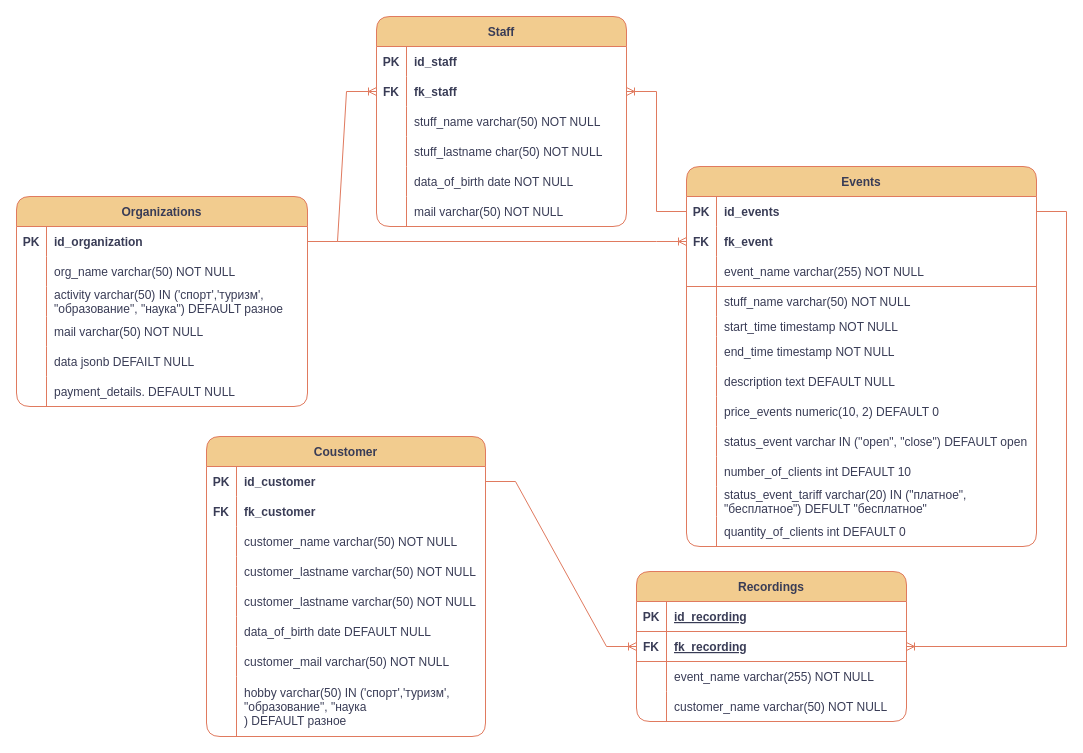
The draw.io diagram Диаграмма без названия.drawio in Drytimor/GIT, before the edit. Source tidied: cells renumbered, new cells numbered last; positions are measured from the earlier drawing's top-left corner, leaving out a move shared by most shapes. Both pictures are drawn from the tidied source at 100%, with x=0, y=0 at pixel (16, 16).
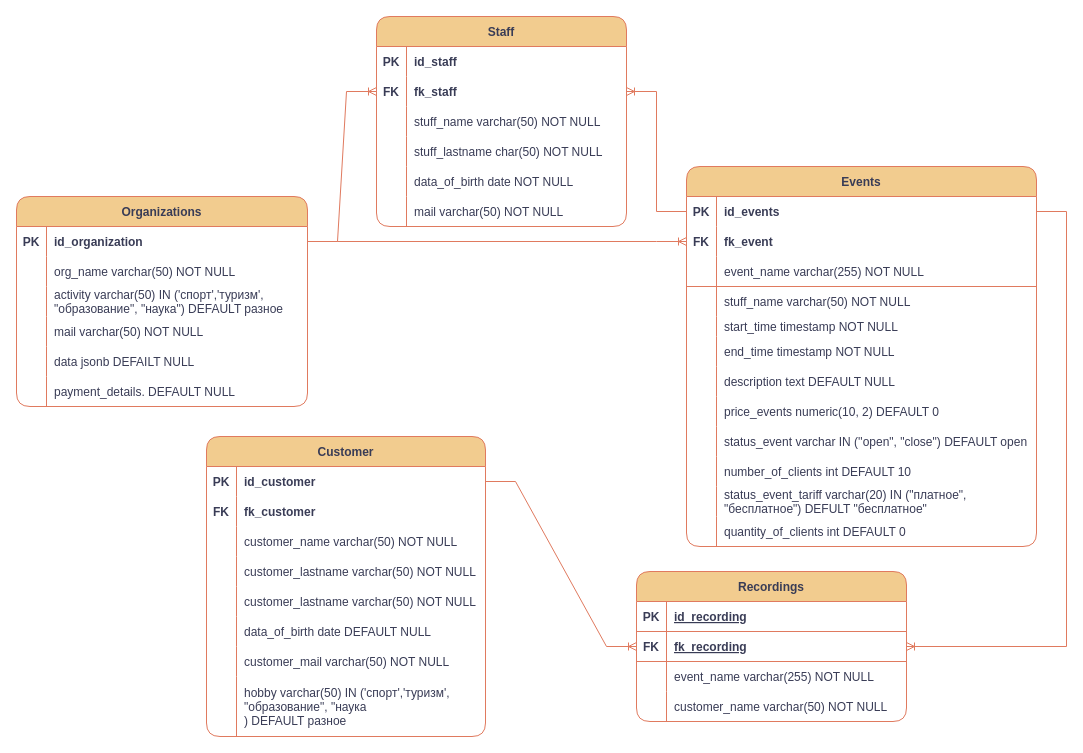
The same diagram, later.

The edit, as a diff of the source:
```diff
@@
-    <mxCell id="71" value="Coustomer" style="shape=table;startSize=30;childLayout=tableLayout;rowLines=0;fontStyle=1;align=center;rounded=1;labelBackgroundColor=none;fillColor=#F2CC8F;strokeColor=#E07A5F;fontColor=#393C56;" parent="1" vertex="1">
+    <mxCell id="71" value="Customer" style="shape=table;startSize=30;childLayout=tableLayout;rowLines=0;fontStyle=1;align=center;rounded=1;labelBackgroundColor=none;fillColor=#F2CC8F;strokeColor=#E07A5F;fontColor=#393C56;" parent="1" vertex="1">
       <mxGeometry x="190" y="420" width="279" height="300" as="geometry" />
     </mxCell>
```
